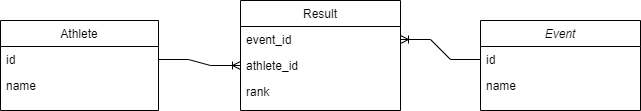
Above: diagram.png in Alv-no/flask-workshop (draw.io), before the change. Source tidied: cells renumbered, new cells last; positions are measured from the earlier drawing's top-left corner, leaving out a move shared by most shapes. Source of this version:
```xml
<mxGraphModel>
  <root>
    <mxCell id="0" />
    <mxCell id="1" parent="0" />
    <mxCell id="2" value="Event" style="swimlane;fontStyle=2;align=center;verticalAlign=top;horizontal=1;startSize=26;rounded=0;shadow=0;strokeWidth=1;" parent="1" vertex="1">
      <mxGeometry x="480" y="20" width="160" height="90" as="geometry" />
    </mxCell>
    <mxCell id="3" value="id" style="text;align=left;verticalAlign=top;spacingLeft=4;spacingRight=4;overflow=hidden;points=[[0,0.5],[1,0.5]];portConstraint=eastwest;" parent="2" vertex="1">
      <mxGeometry y="26" width="160" height="26" as="geometry" />
    </mxCell>
    <mxCell id="4" value="name" style="text;align=left;verticalAlign=top;spacingLeft=4;spacingRight=4;overflow=hidden;rounded=0;shadow=0;html=0;" parent="2" vertex="1">
      <mxGeometry y="52" width="160" height="26" as="geometry" />
    </mxCell>
    <mxCell id="5" value="Result" style="swimlane;fontStyle=0;align=center;verticalAlign=top;horizontal=1;startSize=26;rounded=0;shadow=0;strokeWidth=1;" parent="1" vertex="1">
      <mxGeometry x="240" width="160" height="110" as="geometry" />
    </mxCell>
    <mxCell id="6" value="event_id" style="text;align=left;verticalAlign=top;spacingLeft=4;spacingRight=4;overflow=hidden;points=[[0,0.5],[1,0.5]];portConstraint=eastwest;" parent="5" vertex="1">
      <mxGeometry y="26" width="160" height="26" as="geometry" />
    </mxCell>
    <mxCell id="7" value="athlete_id" style="text;align=left;verticalAlign=top;spacingLeft=4;spacingRight=4;overflow=hidden;points=[[0,0.5],[1,0.5]];portConstraint=eastwest;" parent="5" vertex="1">
      <mxGeometry y="52" width="160" height="26" as="geometry" />
    </mxCell>
    <mxCell id="8" value="rank" style="text;align=left;verticalAlign=top;spacingLeft=4;spacingRight=4;overflow=hidden;" parent="5" vertex="1">
      <mxGeometry y="78" width="160" height="26" as="geometry" />
    </mxCell>
    <mxCell id="9" value="Athlete" style="swimlane;fontStyle=0;align=center;verticalAlign=top;horizontal=1;startSize=26;rounded=0;shadow=0;strokeWidth=1;" parent="1" vertex="1">
      <mxGeometry y="20" width="158" height="90" as="geometry" />
    </mxCell>
    <mxCell id="10" value="id" style="text;align=left;verticalAlign=top;spacingLeft=4;spacingRight=4;overflow=hidden;points=[[0,0.5],[1,0.5]];portConstraint=eastwest;" parent="9" vertex="1">
      <mxGeometry y="26" width="158" height="26" as="geometry" />
    </mxCell>
    <mxCell id="11" value="name" style="text;align=left;verticalAlign=top;spacingLeft=4;spacingRight=4;overflow=hidden;rounded=0;shadow=0;html=0;" parent="9" vertex="1">
      <mxGeometry y="52" width="158" height="26" as="geometry" />
    </mxCell>
    <mxCell id="12" style="edgeStyle=entityRelationEdgeStyle;fontSize=12;html=1;endArrow=ERoneToMany;rounded=0;exitX=0;exitY=0.5;exitDx=0;exitDy=0;" parent="1" edge="1" source="3" target="6">
      <mxGeometry relative="1" as="geometry" />
    </mxCell>
    <mxCell id="13" style="edgeStyle=entityRelationEdgeStyle;fontSize=12;html=1;endArrow=ERoneToMany;rounded=0;exitX=1;exitY=0.5;exitDx=0;exitDy=0;entryX=0;entryY=0.5;entryDx=0;entryDy=0;" parent="1" edge="1" source="10" target="7">
      <mxGeometry relative="1" as="geometry" />
    </mxCell>
  </root>
</mxGraphModel>
```
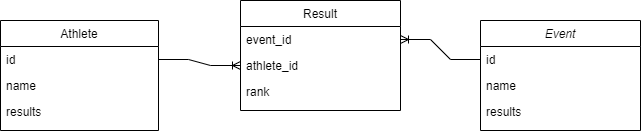
Above is the later version.

Commit message:
Updated diagram and tasks

The edit, as a diff of the source:
```diff
@@ -3,7 +3,7 @@
     <mxCell id="0" />
     <mxCell id="1" parent="0" />
     <mxCell id="2" value="Event" style="swimlane;fontStyle=2;align=center;verticalAlign=top;horizontal=1;startSize=26;rounded=0;shadow=0;strokeWidth=1;" parent="1" vertex="1">
-      <mxGeometry x="480" y="20" width="160" height="90" as="geometry" />
+      <mxGeometry x="480" y="20" width="160" height="110" as="geometry" />
     </mxCell>
     <mxCell id="3" value="id" style="text;align=left;verticalAlign=top;spacingLeft=4;spacingRight=4;overflow=hidden;points=[[0,0.5],[1,0.5]];portConstraint=eastwest;" parent="2" vertex="1">
       <mxGeometry y="26" width="160" height="26" as="geometry" />
@@ -11,6 +11,9 @@
     <mxCell id="4" value="name" style="text;align=left;verticalAlign=top;spacingLeft=4;spacingRight=4;overflow=hidden;rounded=0;shadow=0;html=0;" parent="2" vertex="1">
       <mxGeometry y="52" width="160" height="26" as="geometry" />
     </mxCell>
+    <mxCell id="14" value="results" style="text;align=left;verticalAlign=top;spacingLeft=4;spacingRight=4;overflow=hidden;rounded=0;shadow=0;html=0;" parent="2" vertex="1">
+      <mxGeometry y="78" width="160" height="26" as="geometry" />
+    </mxCell>
     <mxCell id="5" value="Result" style="swimlane;fontStyle=0;align=center;verticalAlign=top;horizontal=1;startSize=26;rounded=0;shadow=0;strokeWidth=1;" parent="1" vertex="1">
       <mxGeometry x="240" width="160" height="110" as="geometry" />
     </mxCell>
@@ -24,13 +27,16 @@
       <mxGeometry y="78" width="160" height="26" as="geometry" />
     </mxCell>
     <mxCell id="9" value="Athlete" style="swimlane;fontStyle=0;align=center;verticalAlign=top;horizontal=1;startSize=26;rounded=0;shadow=0;strokeWidth=1;" parent="1" vertex="1">
-      <mxGeometry y="20" width="158" height="90" as="geometry" />
+      <mxGeometry y="20" width="158" height="110" as="geometry" />
     </mxCell>
     <mxCell id="10" value="id" style="text;align=left;verticalAlign=top;spacingLeft=4;spacingRight=4;overflow=hidden;points=[[0,0.5],[1,0.5]];portConstraint=eastwest;" parent="9" vertex="1">
       <mxGeometry y="26" width="158" height="26" as="geometry" />
     </mxCell>
+    <mxCell id="15" value="name" style="text;align=left;verticalAlign=top;spacingLeft=4;spacingRight=4;overflow=hidden;rounded=0;shadow=0;html=0;" parent="9" vertex="1">
+      <mxGeometry y="52" width="158" height="26" as="geometry" />
+    </mxCell>
-    <mxCell id="11" value="name" style="text;align=left;verticalAlign=top;spacingLeft=4;spacingRight=4;overflow=hidden;rounded=0;shadow=0;html=0;" parent="9" vertex="1">
-      <mxGeometry y="52" width="158" height="26" as="geometry" />
+    <mxCell id="11" value="results" style="text;align=left;verticalAlign=top;spacingLeft=4;spacingRight=4;overflow=hidden;rounded=0;shadow=0;html=0;" parent="9" vertex="1">
+      <mxGeometry y="78" width="158" height="32" as="geometry" />
     </mxCell>
     <mxCell id="12" style="edgeStyle=entityRelationEdgeStyle;fontSize=12;html=1;endArrow=ERoneToMany;rounded=0;exitX=0;exitY=0.5;exitDx=0;exitDy=0;" parent="1" edge="1" source="3" target="6">
       <mxGeometry relative="1" as="geometry" />
```
